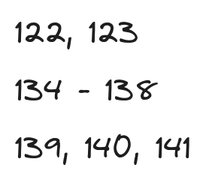
Before: 2024_02_05/dz.png, a diagram exported from Excalidraw (ku4in/roma2023). Source tidied: one line per element, renumbered; positions are measured from the earlier drawing's top-left corner, leaving out a move shared by most shapes. Source of this version:
```json
{"id": 0, "type": "text", "text": "122, 123", "strokeColor": "#1e1e1e", "strokeWidth": 2, "roughness": 1, "fontSize": 20, "fontFamily": 1, "x": 0, "y": 0, "width": 82, "height": 25}
{"id": 1, "type": "text", "text": "134 - 138", "strokeColor": "#1e1e1e", "strokeWidth": 2, "roughness": 1, "fontSize": 20, "fontFamily": 1, "x": 0, "y": 38, "width": 94, "height": 25}
{"id": 2, "type": "text", "text": "139, 140, 141", "strokeColor": "#1e1e1e", "strokeWidth": 2, "roughness": 1, "fontSize": 20, "fontFamily": 1, "x": 0, "y": 77, "width": 117, "height": 25}
```
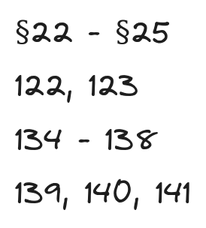
Later version of the same file.

The edit, as a diff of the source:
```diff
@@ -1,3 +1,4 @@
-{"id": 0, "type": "text", "text": "122, 123", "strokeColor": "#1e1e1e", "strokeWidth": 2, "roughness": 1, "fontSize": 20, "fontFamily": 1, "x": 0, "y": 0, "width": 82, "height": 25}
+{"id": 0, "type": "text", "text": "122, 123", "strokeColor": "#1e1e1e", "strokeWidth": 2, "roughness": 1, "fontSize": 20, "fontFamily": 1, "x": 0, "y": 6, "width": 82, "height": 25}
-{"id": 1, "type": "text", "text": "134 - 138", "strokeColor": "#1e1e1e", "strokeWidth": 2, "roughness": 1, "fontSize": 20, "fontFamily": 1, "x": 0, "y": 38, "width": 94, "height": 25}
+{"id": 1, "type": "text", "text": "134 - 138", "strokeColor": "#1e1e1e", "strokeWidth": 2, "roughness": 1, "fontSize": 20, "fontFamily": 1, "x": 0, "y": 41, "width": 94, "height": 25}
 {"id": 2, "type": "text", "text": "139, 140, 141", "strokeColor": "#1e1e1e", "strokeWidth": 2, "roughness": 1, "fontSize": 20, "fontFamily": 1, "x": 0, "y": 77, "width": 117, "height": 25}
+{"id": 3, "type": "text", "text": "§22 - §25", "strokeColor": "#1e1e1e", "strokeWidth": 2, "roughness": 1, "fontSize": 20, "fontFamily": 1, "x": 0, "y": -30, "width": 103, "height": 25}
```
